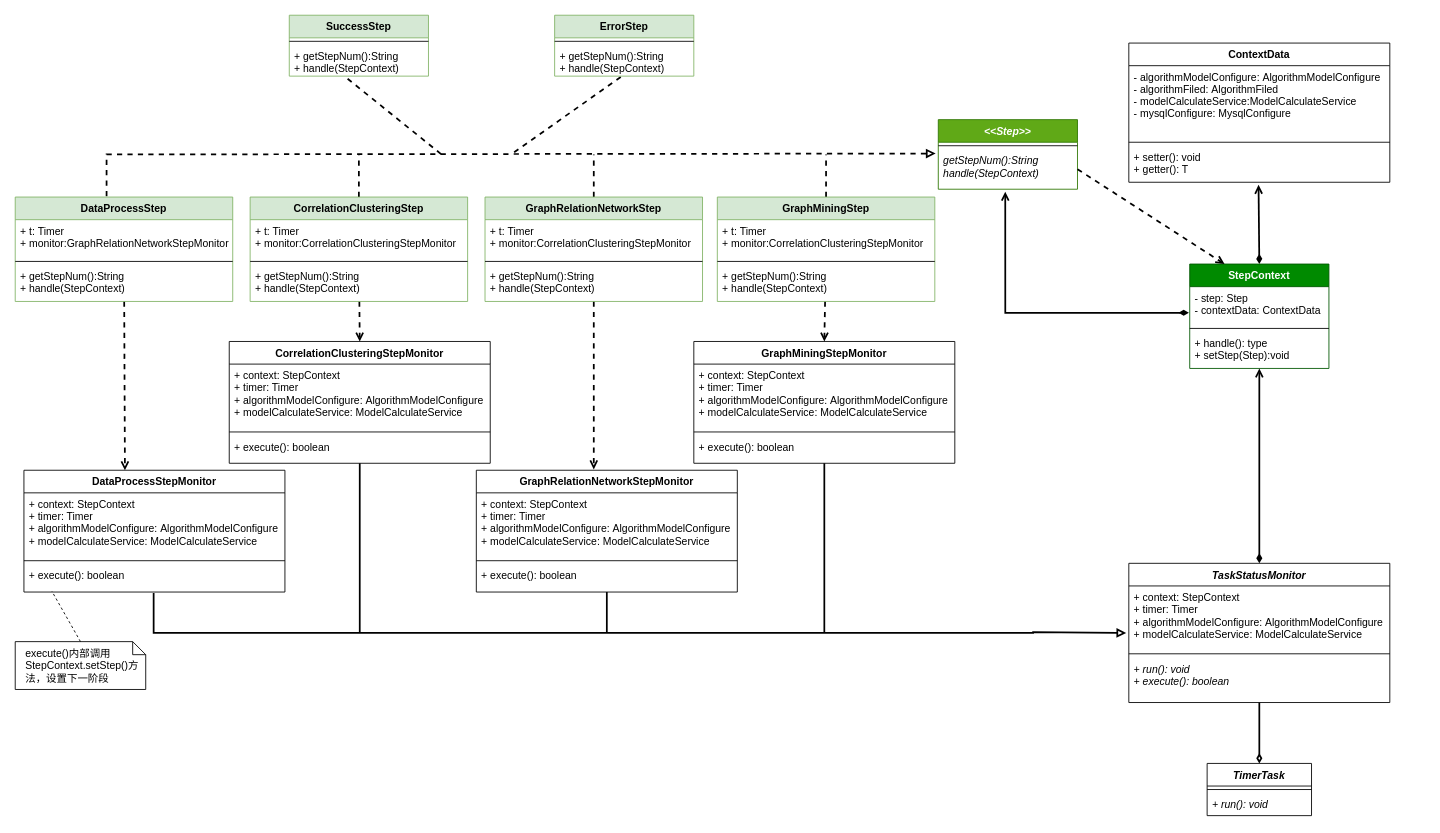
Above: nevermore类图2.drawio in gumuqi/draw.io (draw.io), before the change. Source tidied: cells renumbered, new cells numbered last; positions are measured from the earlier drawing's top-left corner, leaving out a move shared by most shapes. Both pictures are drawn from the tidied source at 87%, with x=0, y=0 at pixel (15, 15).
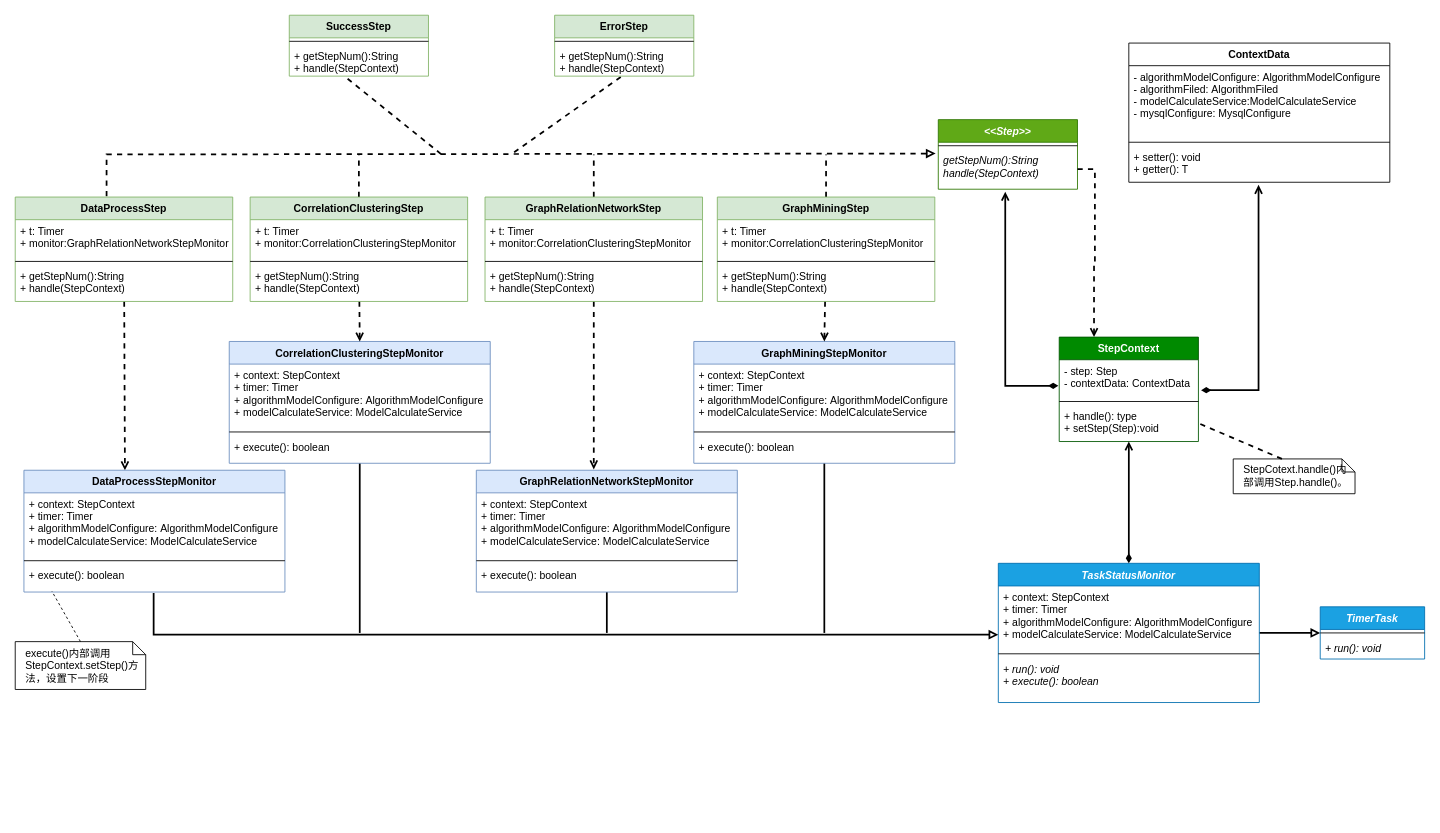
The same page after the edit.

Unchanged cells that the change refers to:
```xml
<mxCell id="19" value="getStepNum():String&#10;handle(StepContext)" style="text;strokeColor=none;fillColor=none;align=left;verticalAlign=top;spacingLeft=4;spacingRight=4;overflow=hidden;points=[[0,0.5],[1,0.5]];portConstraint=eastwest;fontStyle=2;" parent="17" vertex="1">
  <mxGeometry y="34" width="160" height="46" as="geometry" />
</mxCell>
<mxCell id="21" value="- step: Step&#10;- contextData: ContextData" style="text;strokeColor=none;fillColor=none;align=left;verticalAlign=top;spacingLeft=4;spacingRight=4;overflow=hidden;points=[[0,0.5],[1,0.5]];portConstraint=eastwest;" parent="20" vertex="1">
  <mxGeometry y="26" width="160" height="44" as="geometry" />
</mxCell>
<mxCell id="23" value="+ handle(): type&#10;+ setStep(Step):void" style="text;strokeColor=none;fillColor=none;align=left;verticalAlign=top;spacingLeft=4;spacingRight=4;overflow=hidden;points=[[0,0.5],[1,0.5]];portConstraint=eastwest;" parent="20" vertex="1">
  <mxGeometry y="78" width="160" height="42" as="geometry" />
</mxCell>
<mxCell id="27" value="+ setter(): void&#10;+ getter(): T" style="text;strokeColor=none;fillColor=none;align=left;verticalAlign=top;spacingLeft=4;spacingRight=4;overflow=hidden;points=[[0,0.5],[1,0.5]];portConstraint=eastwest;" parent="24" vertex="1">
  <mxGeometry y="118" width="300" height="42" as="geometry" />
</mxCell>
<mxCell id="29" value="+ context: StepContext&#10;+ timer: Timer&#10;+ algorithmModelConfigure: AlgorithmModelConfigure&#10;+ modelCalculateService: ModelCalculateService" style="text;strokeColor=none;fillColor=none;align=left;verticalAlign=top;spacingLeft=4;spacingRight=4;overflow=hidden;points=[[0,0.5],[1,0.5]];portConstraint=eastwest;fontStyle=0;" parent="28" vertex="1">
  <mxGeometry y="26" width="300" height="74" as="geometry" />
</mxCell>
<mxCell id="45" value="+ execute(): boolean" style="text;strokeColor=none;fillColor=none;align=left;verticalAlign=top;spacingLeft=4;spacingRight=4;overflow=hidden;points=[[0,0.5],[1,0.5]];portConstraint=eastwest;" parent="42" vertex="1">
  <mxGeometry y="108" width="300" height="32" as="geometry" />
</mxCell>
```

The edit, as a diff of the source:
```diff
@@
-    <mxCell id="3" style="rounded=0;jettySize=auto;html=1;entryX=0.481;entryY=1.065;entryDx=0;entryDy=0;endArrow=open;endFill=0;exitX=-0.006;exitY=0.682;exitDx=0;exitDy=0;startArrow=diamondThin;startFill=1;strokeWidth=2;exitPerimeter=0;entryPerimeter=0;" parent="1" edge="1" source="21" target="19">
+    <mxCell id="3" style="rounded=0;jettySize=auto;html=1;entryX=0.481;entryY=1.065;entryDx=0;entryDy=0;endArrow=open;endFill=0;exitX=-0.006;exitY=0.682;exitDx=0;exitDy=0;startArrow=diamondThin;startFill=1;strokeWidth=2;exitPerimeter=0;entryPerimeter=0;edgeStyle=orthogonalEdgeStyle;" parent="1" edge="1" source="21" target="19">
       <mxGeometry relative="1" as="geometry">
         <Array as="points">
-          <mxPoint x="1138" y="342" />
+          <mxPoint x="1138" y="426" />
         </Array>
       </mxGeometry>
     </mxCell>
-    <mxCell id="4" style="rounded=0;jettySize=auto;html=1;startArrow=diamondThin;startFill=1;endArrow=open;endFill=0;strokeWidth=2;exitX=0.5;exitY=0;exitDx=0;exitDy=0;entryX=0.497;entryY=1.071;entryDx=0;entryDy=0;entryPerimeter=0;" parent="1" edge="1" source="20" target="27">
-      <mxGeometry relative="1" as="geometry" />
+    <mxCell id="4" style="rounded=0;jettySize=auto;html=1;startArrow=diamondThin;startFill=1;endArrow=open;endFill=0;strokeWidth=2;entryX=0.497;entryY=1.071;entryDx=0;entryDy=0;entryPerimeter=0;exitX=1.019;exitY=0.795;exitDx=0;exitDy=0;exitPerimeter=0;edgeStyle=orthogonalEdgeStyle;" parent="1" edge="1" source="21" target="27">
+      <mxGeometry relative="1" as="geometry">
+        <Array as="points">
+          <mxPoint x="1429" y="431" />
+        </Array>
+      </mxGeometry>
     </mxCell>
-    <mxCell id="5" style="edgeStyle=none;rounded=0;jettySize=auto;html=1;entryX=0.5;entryY=0;entryDx=0;entryDy=0;startArrow=none;startFill=0;endArrow=diamondThin;endFill=0;strokeWidth=2;" parent="1" edge="1" source="28" target="32">
-      <mxGeometry relative="1" as="geometry" />
-    </mxCell>
@@
     <mxCell id="20" value="StepContext" style="swimlane;fontStyle=1;align=center;verticalAlign=top;horizontal=1;startSize=26;fillColor=#008a00;strokeColor=#005700;fontColor=#ffffff;" parent="1" vertex="1">
-      <mxGeometry x="1350" y="286" width="160" height="120" as="geometry" />
+      <mxGeometry x="1200" y="370" width="160" height="120" as="geometry" />
     </mxCell>
@@
+    <mxCell id="5" style="edgeStyle=orthogonalEdgeStyle;rounded=0;jettySize=auto;html=1;entryX=0;entryY=0.5;entryDx=0;entryDy=0;endArrow=block;endFill=0;strokeWidth=2;" parent="1" edge="1" source="28" target="32">
+      <mxGeometry relative="1" as="geometry" />
+    </mxCell>
-    <mxCell id="28" value="TaskStatusMonitor" style="swimlane;fontStyle=3;align=center;verticalAlign=top;horizontal=1;startSize=26;" parent="1" vertex="1">
-      <mxGeometry x="1280" y="630" width="300" height="160" as="geometry" />
+    <mxCell id="28" value="TaskStatusMonitor" style="swimlane;fontStyle=3;align=center;verticalAlign=top;horizontal=1;startSize=26;fillColor=#1ba1e2;strokeColor=#006EAF;fontColor=#ffffff;" parent="1" vertex="1">
+      <mxGeometry x="1130" y="630" width="300" height="160" as="geometry" />
     </mxCell>
@@
-    <mxCell id="32" value="TimerTask" style="swimlane;fontStyle=3;align=center;verticalAlign=top;horizontal=1;startSize=26;" parent="1" vertex="1">
-      <mxGeometry x="1370" y="860" width="120" height="60" as="geometry" />
+    <mxCell id="32" value="TimerTask" style="swimlane;fontStyle=3;align=center;verticalAlign=top;horizontal=1;startSize=26;fillColor=#1ba1e2;strokeColor=#006EAF;fontColor=#ffffff;" parent="1" vertex="1">
+      <mxGeometry x="1500" y="680" width="120" height="60" as="geometry" />
     </mxCell>
@@
-    <mxCell id="35" style="rounded=0;jettySize=auto;html=1;entryX=0.5;entryY=1;entryDx=0;entryDy=0;entryPerimeter=0;startArrow=diamondThin;startFill=1;endArrow=open;endFill=0;strokeWidth=2;exitX=0.5;exitY=0;exitDx=0;exitDy=0;" parent="1" edge="1" source="28" target="23">
+    <mxCell id="35" style="rounded=0;jettySize=auto;html=1;entryX=0.5;entryY=1;entryDx=0;entryDy=0;entryPerimeter=0;startArrow=diamondThin;startFill=1;endArrow=open;endFill=0;strokeWidth=2;exitX=0.5;exitY=0;exitDx=0;exitDy=0;edgeStyle=orthogonalEdgeStyle;" parent="1" edge="1" source="28" target="23">
       <mxGeometry relative="1" as="geometry" />
     </mxCell>
-    <mxCell id="36" style="edgeStyle=orthogonalEdgeStyle;rounded=0;jettySize=auto;html=1;startArrow=none;startFill=0;endArrow=block;endFill=0;strokeWidth=2;exitX=0.497;exitY=1.031;exitDx=0;exitDy=0;exitPerimeter=0;entryX=-0.01;entryY=0.73;entryDx=0;entryDy=0;entryPerimeter=0;" parent="1" edge="1" source="45" target="29">
-      <mxGeometry relative="1" as="geometry">
-        <Array as="points">
-          <mxPoint x="159" y="710" />
-          <mxPoint x="1170" y="710" />
-          <mxPoint x="1170" y="709" />
-        </Array>
-      </mxGeometry>
+    <mxCell id="36" style="rounded=0;jettySize=auto;html=1;startArrow=none;startFill=0;endArrow=block;endFill=0;strokeWidth=2;exitX=0.497;exitY=1.031;exitDx=0;exitDy=0;exitPerimeter=0;entryX=0;entryY=0.757;entryDx=0;entryDy=0;entryPerimeter=0;edgeStyle=orthogonalEdgeStyle;" parent="1" edge="1" source="45" target="29">
+      <mxGeometry relative="1" as="geometry" />
     </mxCell>
@@
-    <mxCell id="42" value="DataProcessStepMonitor" style="swimlane;fontStyle=1;align=center;verticalAlign=top;horizontal=1;startSize=26;" parent="1" vertex="1">
+    <mxCell id="42" value="DataProcessStepMonitor" style="swimlane;fontStyle=1;align=center;verticalAlign=top;horizontal=1;startSize=26;fillColor=#dae8fc;strokeColor=#6c8ebf;" parent="1" vertex="1">
       <mxGeometry x="10" y="523" width="300" height="140" as="geometry" />
     </mxCell>
@@
-    <mxCell id="47" value="CorrelationClusteringStepMonitor" style="swimlane;fontStyle=1;align=center;verticalAlign=top;horizontal=1;startSize=26;" parent="1" vertex="1">
+    <mxCell id="47" value="CorrelationClusteringStepMonitor" style="swimlane;fontStyle=1;align=center;verticalAlign=top;horizontal=1;startSize=26;fillColor=#dae8fc;strokeColor=#6c8ebf;" parent="1" vertex="1">
       <mxGeometry x="246" y="375" width="300" height="140" as="geometry" />
     </mxCell>
@@
-    <mxCell id="52" value="GraphRelationNetworkStepMonitor" style="swimlane;fontStyle=1;align=center;verticalAlign=top;horizontal=1;startSize=26;" parent="1" vertex="1">
+    <mxCell id="52" value="GraphRelationNetworkStepMonitor" style="swimlane;fontStyle=1;align=center;verticalAlign=top;horizontal=1;startSize=26;fillColor=#dae8fc;strokeColor=#6c8ebf;" parent="1" vertex="1">
       <mxGeometry x="530" y="523" width="300" height="140" as="geometry" />
     </mxCell>
@@
-    <mxCell id="57" value="GraphMiningStepMonitor" style="swimlane;fontStyle=1;align=center;verticalAlign=top;horizontal=1;startSize=26;" parent="1" vertex="1">
+    <mxCell id="57" value="GraphMiningStepMonitor" style="swimlane;fontStyle=1;align=center;verticalAlign=top;horizontal=1;startSize=26;fillColor=#dae8fc;strokeColor=#6c8ebf;" parent="1" vertex="1">
       <mxGeometry x="780" y="375" width="300" height="140" as="geometry" />
     </mxCell>
@@
-    <mxCell id="79" style="edgeStyle=none;rounded=0;jettySize=auto;html=1;entryX=0.25;entryY=0;entryDx=0;entryDy=0;endArrow=open;endFill=0;strokeWidth=2;exitX=1;exitY=0.5;exitDx=0;exitDy=0;dashed=1;" parent="1" edge="1" source="19" target="20">
+    <mxCell id="79" style="rounded=0;jettySize=auto;html=1;entryX=0.25;entryY=0;entryDx=0;entryDy=0;endArrow=open;endFill=0;strokeWidth=2;exitX=1;exitY=0.5;exitDx=0;exitDy=0;dashed=1;edgeStyle=orthogonalEdgeStyle;" parent="1" edge="1" source="19" target="20">
       <mxGeometry relative="1" as="geometry" />
     </mxCell>
+    <mxCell id="80" value="StepCotext.handle()内部调用Step.handle()。" style="shape=note;size=15;align=left;spacingLeft=10;html=1;whiteSpace=wrap;rounded=1;" parent="1" vertex="1">
+      <mxGeometry x="1400" y="510" width="140" height="40" as="geometry" />
+    </mxCell>
+    <mxCell id="81" style="edgeStyle=none;endArrow=none;exitX=0.4;exitY=0;dashed=1;html=1;strokeWidth=2;entryX=1;entryY=0.5;entryDx=0;entryDy=0;" parent="1" edge="1" source="80" target="23">
+      <mxGeometry x="1" relative="1" as="geometry" />
+    </mxCell>
```
